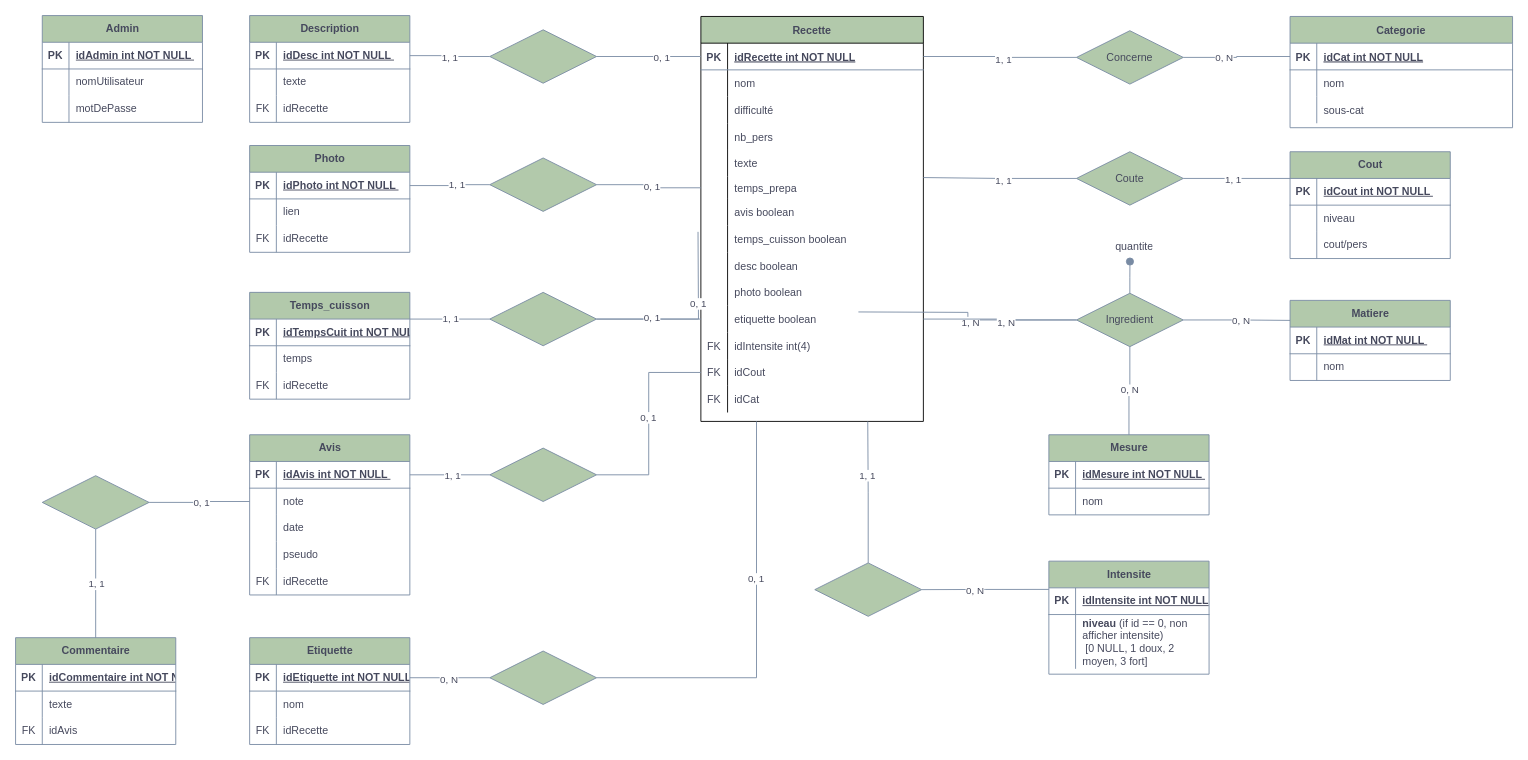
Earlier version of the draw.io diagram 未命名绘图.drawio (nicrain/nicrain.github.io). Source tidied: cells renumbered, new cells numbered last; positions are measured from the earlier drawing's top-left corner, leaving out a move shared by most shapes. Both pictures are drawn from the tidied source at 89%, with x=0, y=0 at pixel (15, 15).
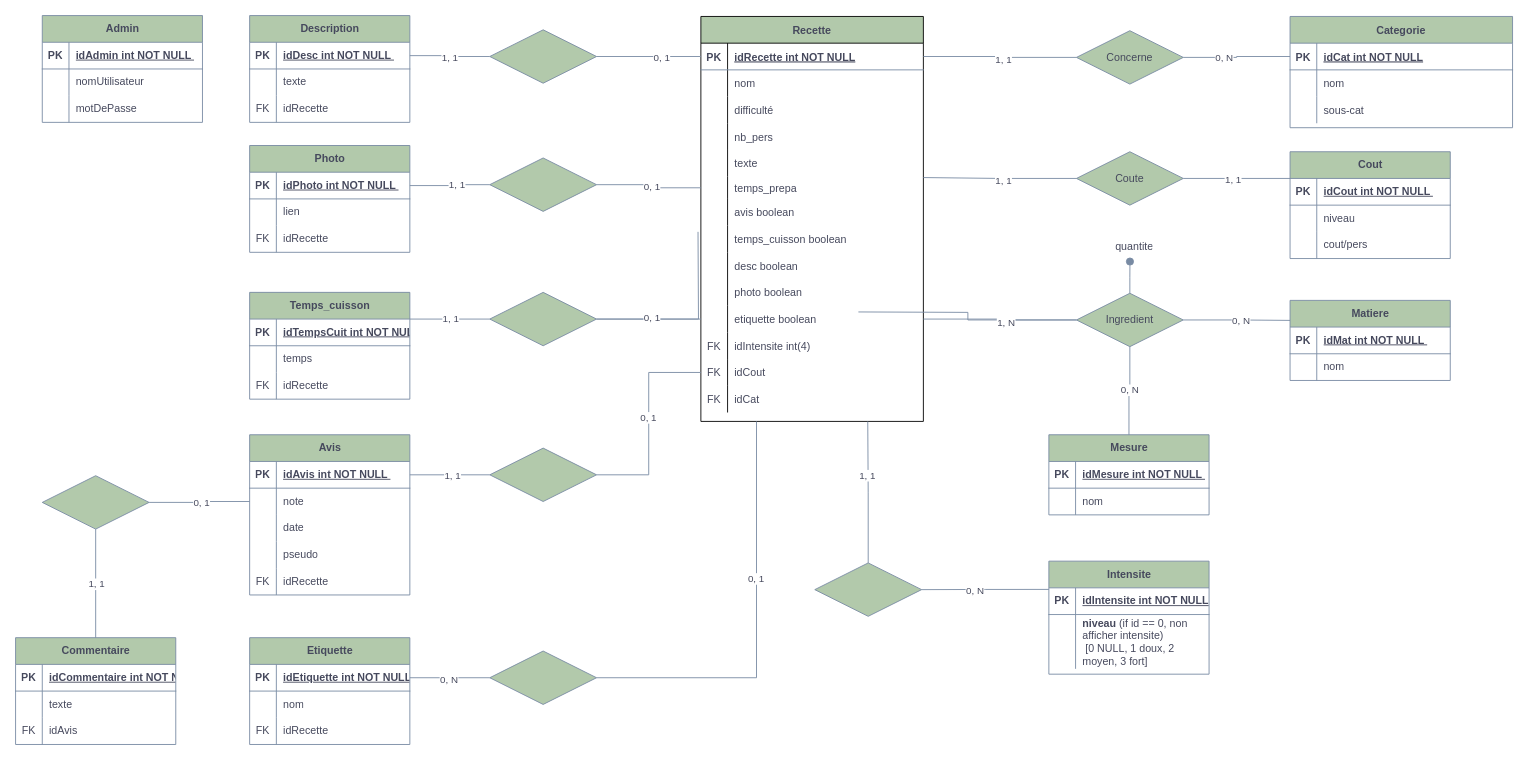
After the change.

Commit message:
Update 未命名绘图.drawio

delete 2 unuseful lines

Unchanged cells that the change refers to:
```xml
<mxCell id="57" style="edgeStyle=orthogonalEdgeStyle;elbow=horizontal;endArrow=none;html=1;rounded=0;endSize=8;startSize=8;strokeColor=#788AA3;fontColor=#46495D;fillColor=#B2C9AB;endFill=0;entryX=0;entryY=0.5;entryDx=0;entryDy=0;exitX=1;exitY=0.5;exitDx=0;exitDy=0;" parent="1" edge="1" source="152">
  <mxGeometry relative="1" as="geometry">
    <mxPoint x="766.8" y="243" as="targetPoint" />
  </mxGeometry>
</mxCell>
<mxCell id="59" style="elbow=horizontal;endArrow=none;html=1;rounded=0;endSize=8;startSize=8;strokeColor=#788AA3;fontColor=#46495D;fillColor=#B2C9AB;endFill=0;exitX=1;exitY=0.5;exitDx=0;exitDy=0;entryX=0;entryY=0.5;entryDx=0;entryDy=0;edgeStyle=orthogonalEdgeStyle;" parent="1" edge="1" target="179">
  <mxGeometry relative="1" as="geometry">
    <mxPoint x="947" y="333" as="sourcePoint" />
  </mxGeometry>
</mxCell>
```

What changed in the source:
```diff
@@
-    <mxCell id="58" value="0, 1" style="edgeLabel;html=1;align=center;verticalAlign=middle;strokeColor=#788AA3;fontColor=#46495D;fillColor=#B2C9AB;" parent="57" vertex="1">
-      <mxGeometry x="0.25" y="1" relative="1" as="geometry">
-        <mxPoint y="1" as="offset" />
-      </mxGeometry>
-    </mxCell>
@@
-    <mxCell id="60" value="1, N" style="edgeLabel;html=1;align=center;verticalAlign=middle;strokeColor=#788AA3;fontColor=#46495D;fillColor=#B2C9AB;" parent="59" vertex="1">
-      <mxGeometry x="0.06" y="-2" relative="1" as="geometry" />
-    </mxCell>
```
